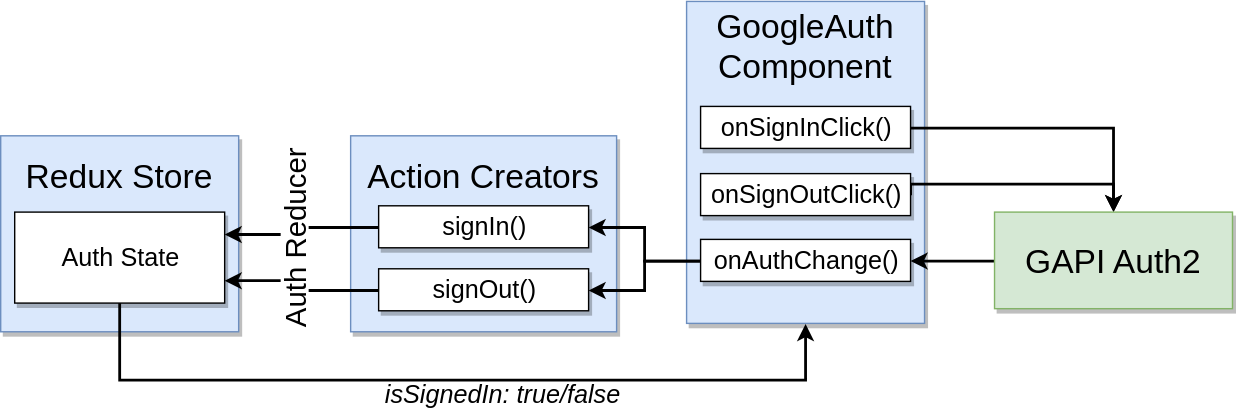
This is diagrams/oauth-in-react-redux-approach-1.svg from serodriguez68/react-cheatsheet-udemy-2019, a draw.io export, as it was before one commit. Source tidied: cells renumbered, new cells last; positions are measured from the earlier drawing's top-left corner, leaving out a move shared by most shapes.
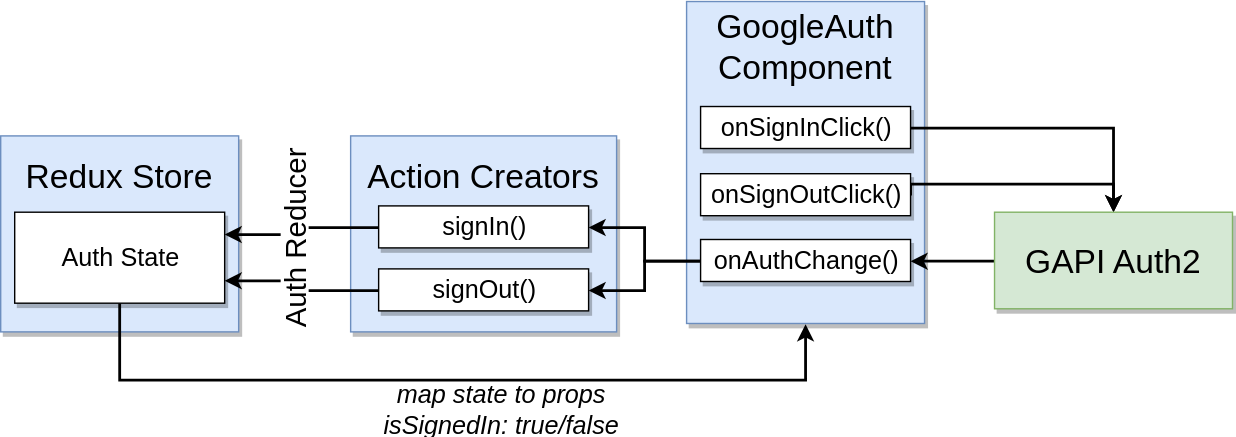
The same file after the commit.

What changed in the source:
```diff
@@ -66,8 +66,8 @@
     <mxCell id="19" value="onAuthChange()" style="rounded=0;whiteSpace=wrap;html=1;shadow=1;fontSize=18;align=center;" parent="1" vertex="1">
       <mxGeometry x="500" y="169.5" width="150" height="30" as="geometry" />
     </mxCell>
-    <mxCell id="20" value="&lt;i&gt;isSignedIn: true/false&lt;/i&gt;" style="text;html=1;strokeColor=none;fillColor=none;align=center;verticalAlign=middle;whiteSpace=wrap;rounded=0;shadow=1;fontSize=18;" parent="1" vertex="1">
-      <mxGeometry x="268" y="270.5" width="180" height="20" as="geometry" />
+    <mxCell id="20" value="&lt;i&gt;map state to props isSignedIn: true/false&lt;/i&gt;" style="text;html=1;strokeColor=none;fillColor=none;align=center;verticalAlign=middle;whiteSpace=wrap;rounded=0;shadow=1;fontSize=18;" parent="1" vertex="1">
+      <mxGeometry x="268" y="280.5" width="180" height="20" as="geometry" />
     </mxCell>
     <mxCell id="21" value="Auth Reducer" style="text;html=1;strokeColor=none;fillColor=#ffffff;align=center;verticalAlign=middle;whiteSpace=wrap;rounded=0;rotation=-90;fontSize=21;" parent="1" vertex="1">
       <mxGeometry x="135" y="159.5" width="150" height="20" as="geometry" />
```
